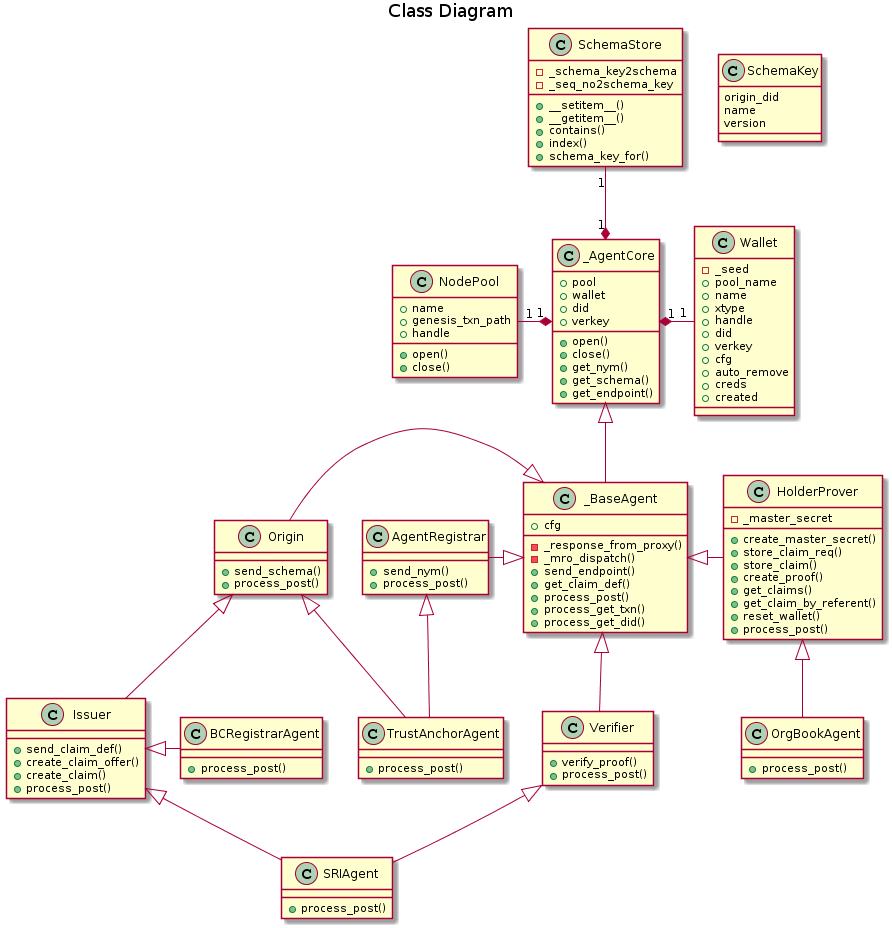
The PlantUML diagram doc/pic/class.png in PSPC-SPAC-buyandsell/von_base, before a commit.
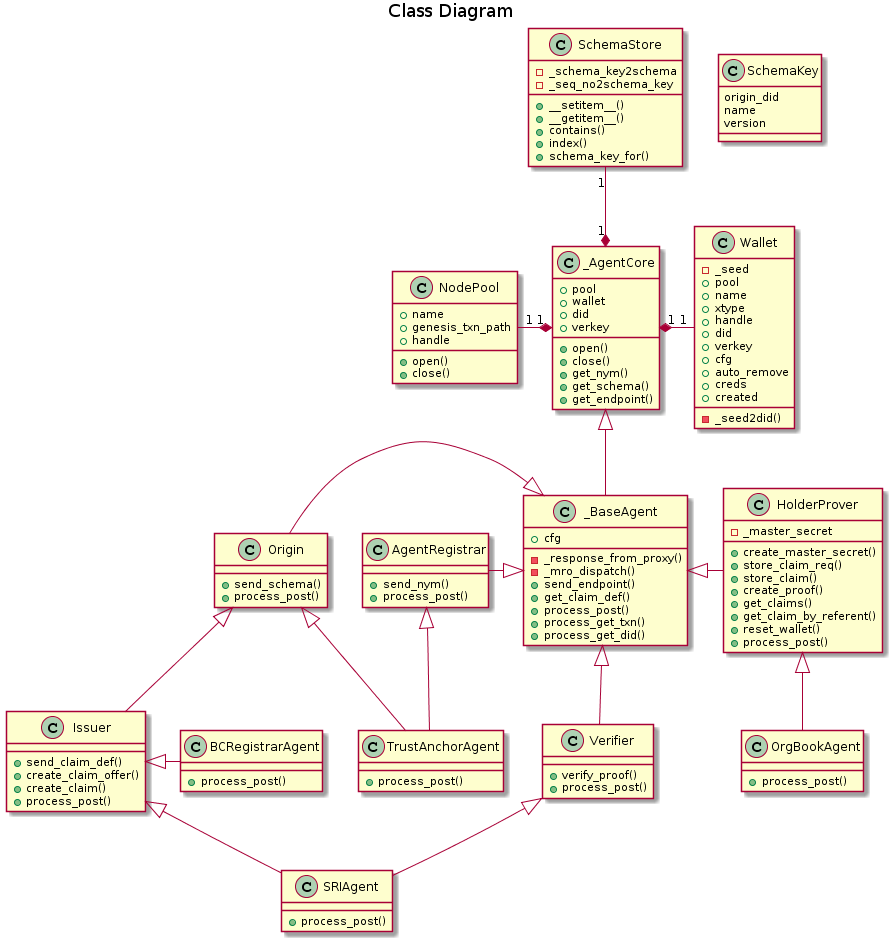
The same diagram one commit later.

Commit message:
temporary seed2did wallet

Diff of the diagram source:
```diff
@@ -20,7 +20,7 @@
 
 class Wallet {
     -_seed
-    +pool_name
+    +pool
     +name
     +xtype
     +handle
@@ -30,6 +30,7 @@
     +auto_remove
     +creds
     +created
+    -_seed2did()
 }
 
 class NodePool {
```
